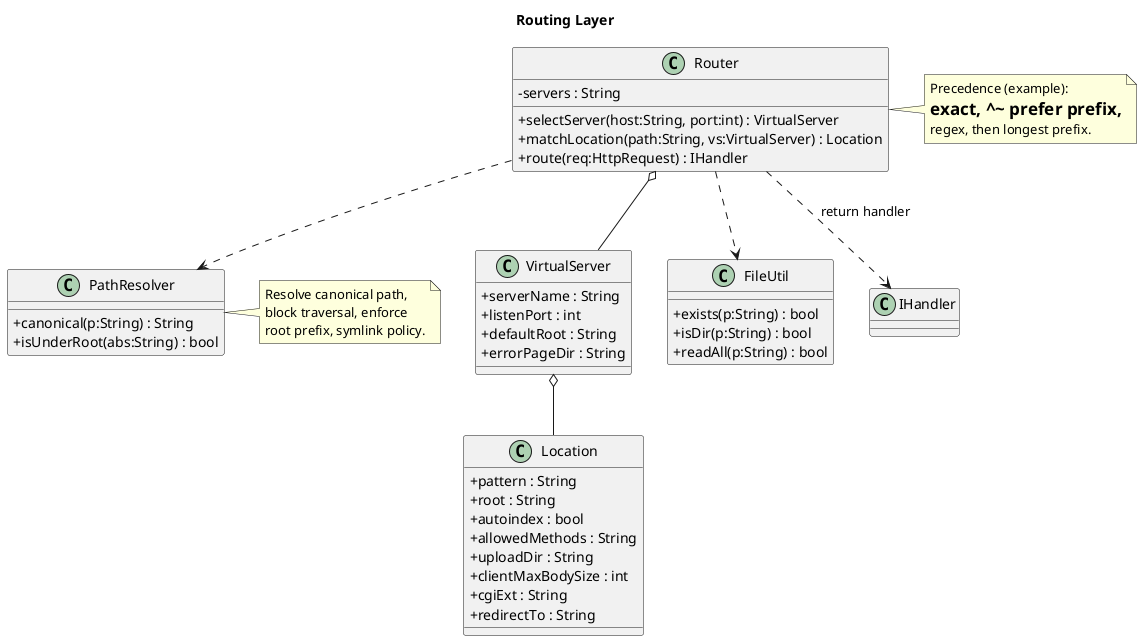
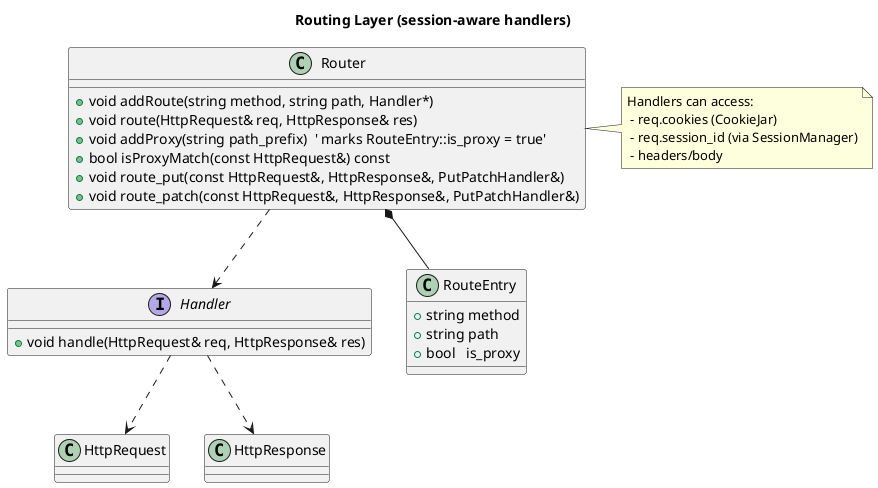
@startuml
- title Routing Layer
- skinparam classAttributeIconSize 0
+ skinparam packageStyle rectangle
+ title Routing Layer (session-aware handlers)
+ 
+ interface Handler {
+   +void handle(HttpRequest& req, HttpResponse& res)
+ }

class Router {
-   - servers : String
-   + selectServer(host:String, port:int) : VirtualServer
-   + matchLocation(path:String, vs:VirtualServer) : Location
-   + route(req:HttpRequest) : IHandler
+   +void addRoute(string method, string path, Handler*)
+   +void route(HttpRequest& req, HttpResponse& res)
+   +void addProxy(string path_prefix)  ' marks RouteEntry::is_proxy = true'
+   +bool isProxyMatch(const HttpRequest&) const
+   +void route_put(const HttpRequest&, HttpResponse&, PutPatchHandler&)
+   +void route_patch(const HttpRequest&, HttpResponse&, PutPatchHandler&)
}

- class VirtualServer {
-   + serverName : String
-   + listenPort : int
-   + defaultRoot : String
-   + errorPageDir : String
+ 
+ class RouteEntry {
+   +string method
+   +string path
+   +bool   is_proxy
}

- class Location {
-   + pattern : String
-   + root : String
-   + autoindex : bool
-   + allowedMethods : String
-   + uploadDir : String
-   + clientMaxBodySize : int
-   + cgiExt : String
-   + redirectTo : String
- }
- 
- class PathResolver {
- 	 + canonical(p:String) : String
- 	 + isUnderRoot(abs:String) : bool
- }
- class FileUtil {
- 	+ exists(p:String) : bool
- 	+ isDir(p:String) : bool
- 	+ readAll(p:String) : bool
- }
- 
- Router o-- VirtualServer
- VirtualServer o-- Location
- Router ..> PathResolver
- Router ..> FileUtil
- Router ..> IHandler : return handler
- 
+ Router ..> Handler
+ Handler ..> HttpRequest
+ Handler ..> HttpResponse
+ Router *-- RouteEntry
note right of Router
- Precedence (example):
- = exact, ^~ prefer prefix,
- regex, then longest prefix.
+ Handlers can access:
+  - req.cookies (CookieJar)
+  - req.session_id (via SessionManager)
+  - headers/body
end note

- note right of PathResolver
- Resolve canonical path,
- block traversal, enforce
- root prefix, symlink policy.
- end note
+ 

@enduml
